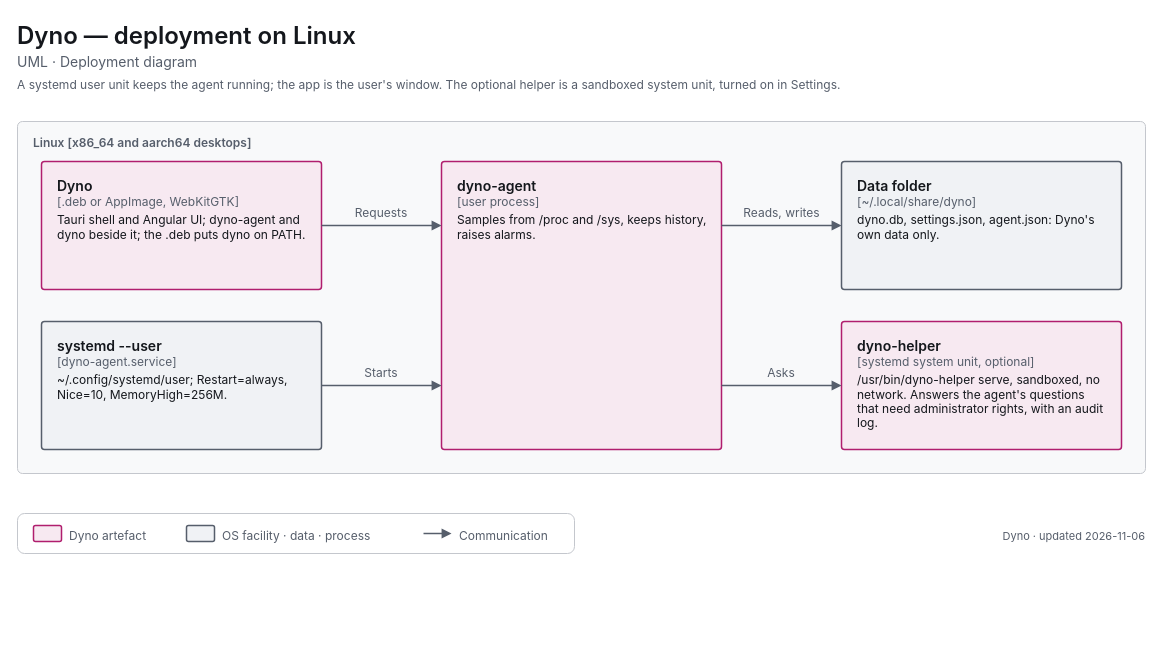
Above: apps/dyno/diagrams/uml-deployment-linux.drawio in decryp7/paddock (draw.io), before the change. Source tidied: cells renumbered, new cells numbered last; positions are measured from the earlier drawing's top-left corner, leaving out a move shared by most shapes. Both pictures are drawn from the tidied source at 100%, with x=0, y=0 at pixel (17, 17).
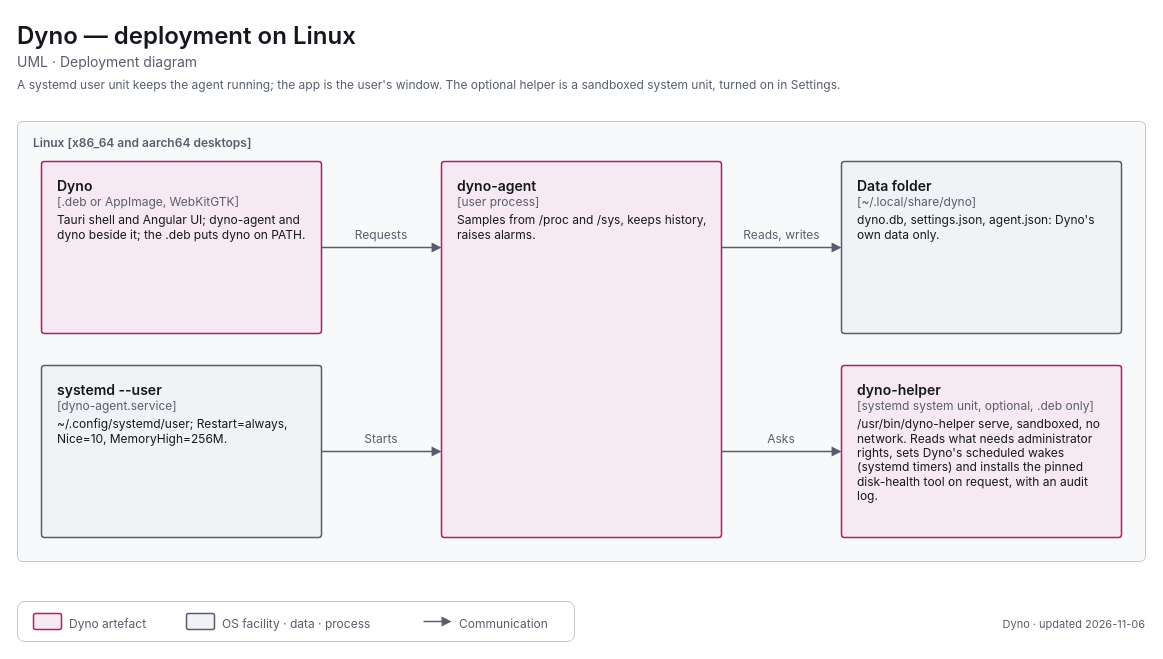
Above is the later version.

What changed in the source:
```diff
@@
     <mxCell id="5" value="&lt;span style=&quot;font-size:12px;font-weight:600&quot;&gt;Linux [x86_64 and aarch64 desktops]&lt;/span&gt;" style="html=1;whiteSpace=wrap;fontFamily=-apple-system,BlinkMacSystemFont,Segoe UI,system-ui,sans-serif;fontSize=12;fontColor=light-dark(#14171C,#ECEEF1);rounded=1;absoluteArcSize=1;arcSize=10;strokeWidth=1;strokeColor=light-dark(#C4C7CD,#353A42);fillColor=light-dark(#F8F9FA,#121418);align=left;verticalAlign=top;spacingLeft=14;spacingTop=8;fontColor=light-dark(#565E6B,#A0A7B2);" parent="1" vertex="1">
-      <mxGeometry y="104" width="1128" height="352" as="geometry" />
+      <mxGeometry y="104" width="1128" height="440" as="geometry" />
     </mxCell>
     <mxCell id="6" value="&lt;span style=&quot;font-size:14px;font-weight:600&quot;&gt;Dyno&lt;/span&gt;&lt;br&gt;&lt;span style=&quot;font-size:12px;color:light-dark(#565E6B,#A0A7B2)&quot;&gt;[.deb or AppImage, WebKitGTK]&lt;/span&gt;&lt;br&gt;&lt;div style=&quot;margin-top:4px;font-size:12px&quot;&gt;Tauri shell and Angular UI; dyno-agent and dyno beside it; the .deb puts dyno on PATH.&lt;/div&gt;" style="html=1;whiteSpace=wrap;fontFamily=-apple-system,BlinkMacSystemFont,Segoe UI,system-ui,sans-serif;fontSize=12;fontColor=light-dark(#14171C,#ECEEF1);rounded=1;absoluteArcSize=1;arcSize=6;strokeWidth=1.5;strokeColor=light-dark(#B01E6E,#F063A8);fillColor=light-dark(#F7E9F1,#382332);align=left;verticalAlign=top;spacingLeft=14;spacingRight=14;spacingTop=10;spacingBottom=8;" parent="1" vertex="1">
-      <mxGeometry x="24" y="144" width="280" height="128" as="geometry" />
+      <mxGeometry x="24" y="144" width="280" height="172" as="geometry" />
     </mxCell>
     <mxCell id="7" value="&lt;span style=&quot;font-size:14px;font-weight:600&quot;&gt;systemd --user&lt;/span&gt;&lt;br&gt;&lt;span style=&quot;font-size:12px;color:light-dark(#565E6B,#A0A7B2)&quot;&gt;[dyno-agent.service]&lt;/span&gt;&lt;br&gt;&lt;div style=&quot;margin-top:4px;font-size:12px&quot;&gt;~/.config/systemd/user; Restart=always, Nice=10, MemoryHigh=256M.&lt;/div&gt;" style="html=1;whiteSpace=wrap;fontFamily=-apple-system,BlinkMacSystemFont,Segoe UI,system-ui,sans-serif;fontSize=12;fontColor=light-dark(#14171C,#ECEEF1);rounded=1;absoluteArcSize=1;arcSize=6;strokeWidth=1.5;strokeColor=light-dark(#565E6B,#A0A7B2);fillColor=light-dark(#F0F2F5,#1B1E23);align=left;verticalAlign=top;spacingLeft=14;spacingRight=14;spacingTop=10;spacingBottom=8;" parent="1" vertex="1">
-      <mxGeometry x="24" y="304" width="280" height="128" as="geometry" />
+      <mxGeometry x="24" y="348" width="280" height="172" as="geometry" />
     </mxCell>
     <mxCell id="8" value="&lt;span style=&quot;font-size:14px;font-weight:600&quot;&gt;dyno-agent&lt;/span&gt;&lt;br&gt;&lt;span style=&quot;font-size:12px;color:light-dark(#565E6B,#A0A7B2)&quot;&gt;[user process]&lt;/span&gt;&lt;br&gt;&lt;div style=&quot;margin-top:4px;font-size:12px&quot;&gt;Samples from /proc and /sys, keeps history, raises alarms.&lt;/div&gt;" style="html=1;whiteSpace=wrap;fontFamily=-apple-system,BlinkMacSystemFont,Segoe UI,system-ui,sans-serif;fontSize=12;fontColor=light-dark(#14171C,#ECEEF1);rounded=1;absoluteArcSize=1;arcSize=6;strokeWidth=1.5;strokeColor=light-dark(#B01E6E,#F063A8);fillColor=light-dark(#F7E9F1,#382332);align=left;verticalAlign=top;spacingLeft=14;spacingRight=14;spacingTop=10;spacingBottom=8;" parent="1" vertex="1">
-      <mxGeometry x="424" y="144" width="280" height="288" as="geometry" />
+      <mxGeometry x="424" y="144" width="280" height="376" as="geometry" />
     </mxCell>
     <mxCell id="9" value="&lt;span style=&quot;font-size:14px;font-weight:600&quot;&gt;Data folder&lt;/span&gt;&lt;br&gt;&lt;span style=&quot;font-size:12px;color:light-dark(#565E6B,#A0A7B2)&quot;&gt;[~/.local/share/dyno]&lt;/span&gt;&lt;br&gt;&lt;div style=&quot;margin-top:4px;font-size:12px&quot;&gt;dyno.db, settings.json, agent.json: Dyno's own data only.&lt;/div&gt;" style="html=1;whiteSpace=wrap;fontFamily=-apple-system,BlinkMacSystemFont,Segoe UI,system-ui,sans-serif;fontSize=12;fontColor=light-dark(#14171C,#ECEEF1);rounded=1;absoluteArcSize=1;arcSize=6;strokeWidth=1.5;strokeColor=light-dark(#565E6B,#A0A7B2);fillColor=light-dark(#F0F2F5,#1B1E23);align=left;verticalAlign=top;spacingLeft=14;spacingRight=14;spacingTop=10;spacingBottom=8;" parent="1" vertex="1">
-      <mxGeometry x="824" y="144" width="280" height="128" as="geometry" />
+      <mxGeometry x="824" y="144" width="280" height="172" as="geometry" />
     </mxCell>
-    <mxCell id="10" value="&lt;span style=&quot;font-size:14px;font-weight:600&quot;&gt;dyno-helper&lt;/span&gt;&lt;br&gt;&lt;span style=&quot;font-size:12px;color:light-dark(#565E6B,#A0A7B2)&quot;&gt;[systemd system unit, optional]&lt;/span&gt;&lt;br&gt;&lt;div style=&quot;margin-top:4px;font-size:12px&quot;&gt;/usr/bin/dyno-helper serve, sandboxed, no network. Answers the agent's questions that need administrator rights, with an audit log.&lt;/div&gt;" style="html=1;whiteSpace=wrap;fontFamily=-apple-system,BlinkMacSystemFont,Segoe UI,system-ui,sans-serif;fontSize=12;fontColor=light-dark(#14171C,#ECEEF1);rounded=1;absoluteArcSize=1;arcSize=6;strokeWidth=1.5;strokeColor=light-dark(#B01E6E,#F063A8);fillColor=light-dark(#F7E9F1,#382332);align=left;verticalAlign=top;spacingLeft=14;spacingRight=14;spacingTop=10;spacingBottom=8;" parent="1" vertex="1">
-      <mxGeometry x="824" y="304" width="280" height="128" as="geometry" />
+    <mxCell id="10" value="&lt;span style=&quot;font-size:14px;font-weight:600&quot;&gt;dyno-helper&lt;/span&gt;&lt;br&gt;&lt;span style=&quot;font-size:12px;color:light-dark(#565E6B,#A0A7B2)&quot;&gt;[systemd system unit, optional, .deb only]&lt;/span&gt;&lt;br&gt;&lt;div style=&quot;margin-top:4px;font-size:12px&quot;&gt;/usr/bin/dyno-helper serve, sandboxed, no network. Reads what needs administrator rights, sets Dyno's scheduled wakes (systemd timers) and installs the pinned disk-health tool on request, with an audit log.&lt;/div&gt;" style="html=1;whiteSpace=wrap;fontFamily=-apple-system,BlinkMacSystemFont,Segoe UI,system-ui,sans-serif;fontSize=12;fontColor=light-dark(#14171C,#ECEEF1);rounded=1;absoluteArcSize=1;arcSize=6;strokeWidth=1.5;strokeColor=light-dark(#B01E6E,#F063A8);fillColor=light-dark(#F7E9F1,#382332);align=left;verticalAlign=top;spacingLeft=14;spacingRight=14;spacingTop=10;spacingBottom=8;" parent="1" vertex="1">
+      <mxGeometry x="824" y="348" width="280" height="172" as="geometry" />
     </mxCell>
-    <mxCell id="11" style="edgeStyle=orthogonalEdgeStyle;rounded=1;arcSize=8;jettySize=auto;html=1;strokeWidth=1.5;strokeColor=light-dark(#565E6B,#A0A7B2);endArrow=block;endFill=1;endSize=6;startArrow=none;startFill=0;startSize=8;exitX=1.0000;exitY=0.5000;exitDx=0;exitDy=0;exitPerimeter=0;entryX=0.0000;entryY=0.2222;entryDx=0;entryDy=0;entryPerimeter=0;" parent="1" edge="1" source="6" target="8">
+    <mxCell id="11" style="edgeStyle=orthogonalEdgeStyle;rounded=1;arcSize=8;jettySize=auto;html=1;strokeWidth=1.5;strokeColor=light-dark(#565E6B,#A0A7B2);endArrow=block;endFill=1;endSize=6;startArrow=none;startFill=0;startSize=8;exitX=1.0000;exitY=0.5000;exitDx=0;exitDy=0;exitPerimeter=0;entryX=0.0000;entryY=0.2287;entryDx=0;entryDy=0;entryPerimeter=0;" parent="1" edge="1" source="6" target="8">
       <mxGeometry relative="1" as="geometry" />
     </mxCell>
     <mxCell id="12" value="&lt;span style=&quot;font-size:12px;font-weight:400&quot;&gt;Requests&lt;/span&gt;" style="html=1;whiteSpace=wrap;fontFamily=-apple-system,BlinkMacSystemFont,Segoe UI,system-ui,sans-serif;fontSize=12;fontColor=light-dark(#14171C,#ECEEF1);text;strokeColor=none;fillColor=none;align=center;verticalAlign=top;spacing=0;fontColor=light-dark(#565E6B,#A0A7B2);" parent="1" vertex="1">
-      <mxGeometry x="331" y="184" width="66" height="18" as="geometry" />
+      <mxGeometry x="331" y="206" width="66" height="18" as="geometry" />
     </mxCell>
-    <mxCell id="13" style="edgeStyle=orthogonalEdgeStyle;rounded=1;arcSize=8;jettySize=auto;html=1;strokeWidth=1.5;strokeColor=light-dark(#565E6B,#A0A7B2);endArrow=block;endFill=1;endSize=6;startArrow=none;startFill=0;startSize=8;exitX=1.0000;exitY=0.5000;exitDx=0;exitDy=0;exitPerimeter=0;entryX=0.0000;entryY=0.7778;entryDx=0;entryDy=0;entryPerimeter=0;" parent="1" edge="1" source="7" target="8">
+    <mxCell id="13" style="edgeStyle=orthogonalEdgeStyle;rounded=1;arcSize=8;jettySize=auto;html=1;strokeWidth=1.5;strokeColor=light-dark(#565E6B,#A0A7B2);endArrow=block;endFill=1;endSize=6;startArrow=none;startFill=0;startSize=8;exitX=1.0000;exitY=0.5000;exitDx=0;exitDy=0;exitPerimeter=0;entryX=0.0000;entryY=0.7713;entryDx=0;entryDy=0;entryPerimeter=0;" parent="1" edge="1" source="7" target="8">
       <mxGeometry relative="1" as="geometry" />
     </mxCell>
     <mxCell id="14" value="&lt;span style=&quot;font-size:12px;font-weight:400&quot;&gt;Starts&lt;/span&gt;" style="html=1;whiteSpace=wrap;fontFamily=-apple-system,BlinkMacSystemFont,Segoe UI,system-ui,sans-serif;fontSize=12;fontColor=light-dark(#14171C,#ECEEF1);text;strokeColor=none;fillColor=none;align=center;verticalAlign=top;spacing=0;fontColor=light-dark(#565E6B,#A0A7B2);" parent="1" vertex="1">
-      <mxGeometry x="338" y="344" width="52" height="18" as="geometry" />
+      <mxGeometry x="338" y="410" width="52" height="18" as="geometry" />
     </mxCell>
-    <mxCell id="15" style="edgeStyle=orthogonalEdgeStyle;rounded=1;arcSize=8;jettySize=auto;html=1;strokeWidth=1.5;strokeColor=light-dark(#565E6B,#A0A7B2);endArrow=block;endFill=1;endSize=6;startArrow=none;startFill=0;startSize=8;exitX=1.0000;exitY=0.2222;exitDx=0;exitDy=0;exitPerimeter=0;entryX=0.0000;entryY=0.5000;entryDx=0;entryDy=0;entryPerimeter=0;" parent="1" edge="1" source="8" target="9">
+    <mxCell id="15" style="edgeStyle=orthogonalEdgeStyle;rounded=1;arcSize=8;jettySize=auto;html=1;strokeWidth=1.5;strokeColor=light-dark(#565E6B,#A0A7B2);endArrow=block;endFill=1;endSize=6;startArrow=none;startFill=0;startSize=8;exitX=1.0000;exitY=0.2287;exitDx=0;exitDy=0;exitPerimeter=0;entryX=0.0000;entryY=0.5000;entryDx=0;entryDy=0;entryPerimeter=0;" parent="1" edge="1" source="8" target="9">
       <mxGeometry relative="1" as="geometry" />
     </mxCell>
     <mxCell id="16" value="&lt;span style=&quot;font-size:12px;font-weight:400&quot;&gt;Reads, writes&lt;/span&gt;" style="html=1;whiteSpace=wrap;fontFamily=-apple-system,BlinkMacSystemFont,Segoe UI,system-ui,sans-serif;fontSize=12;fontColor=light-dark(#14171C,#ECEEF1);text;strokeColor=none;fillColor=none;align=center;verticalAlign=top;spacing=0;fontColor=light-dark(#565E6B,#A0A7B2);" parent="1" vertex="1">
-      <mxGeometry x="717" y="184" width="95" height="18" as="geometry" />
+      <mxGeometry x="717" y="206" width="95" height="18" as="geometry" />
     </mxCell>
-    <mxCell id="17" style="edgeStyle=orthogonalEdgeStyle;rounded=1;arcSize=8;jettySize=auto;html=1;strokeWidth=1.5;strokeColor=light-dark(#565E6B,#A0A7B2);endArrow=block;endFill=1;endSize=6;startArrow=none;startFill=0;startSize=8;exitX=1.0000;exitY=0.7778;exitDx=0;exitDy=0;exitPerimeter=0;entryX=0.0000;entryY=0.5000;entryDx=0;entryDy=0;entryPerimeter=0;" parent="1" edge="1" source="8" target="10">
+    <mxCell id="17" style="edgeStyle=orthogonalEdgeStyle;rounded=1;arcSize=8;jettySize=auto;html=1;strokeWidth=1.5;strokeColor=light-dark(#565E6B,#A0A7B2);endArrow=block;endFill=1;endSize=6;startArrow=none;startFill=0;startSize=8;exitX=1.0000;exitY=0.7713;exitDx=0;exitDy=0;exitPerimeter=0;entryX=0.0000;entryY=0.5000;entryDx=0;entryDy=0;entryPerimeter=0;" parent="1" edge="1" source="8" target="10">
       <mxGeometry relative="1" as="geometry" />
     </mxCell>
     <mxCell id="18" value="&lt;span style=&quot;font-size:12px;font-weight:400&quot;&gt;Asks&lt;/span&gt;" style="html=1;whiteSpace=wrap;fontFamily=-apple-system,BlinkMacSystemFont,Segoe UI,system-ui,sans-serif;fontSize=12;fontColor=light-dark(#14171C,#ECEEF1);text;strokeColor=none;fillColor=none;align=center;verticalAlign=top;spacing=0;fontColor=light-dark(#565E6B,#A0A7B2);" parent="1" vertex="1">
-      <mxGeometry x="745" y="344" width="38" height="18" as="geometry" />
+      <mxGeometry x="745" y="410" width="38" height="18" as="geometry" />
     </mxCell>
     <mxCell id="19" style="rounded=1;absoluteArcSize=1;arcSize=14;strokeWidth=1;strokeColor=light-dark(#C4C7CD,#353A42);fillColor=none;" parent="1" vertex="1">
-      <mxGeometry y="496" width="557" height="40" as="geometry" />
+      <mxGeometry y="584" width="557" height="40" as="geometry" />
     </mxCell>
     <mxCell id="20" style="rounded=1;absoluteArcSize=1;arcSize=4;strokeWidth=1.5;strokeColor=light-dark(#B01E6E,#F063A8);fillColor=light-dark(#F7E9F1,#382332);" parent="1" vertex="1">
-      <mxGeometry x="16" y="508" width="28" height="16" as="geometry" />
+      <mxGeometry x="16" y="596" width="28" height="16" as="geometry" />
     </mxCell>
     <mxCell id="21" value="&lt;span style=&quot;font-size:12px;font-weight:400&quot;&gt;Dyno artefact&lt;/span&gt;" style="html=1;whiteSpace=wrap;fontFamily=-apple-system,BlinkMacSystemFont,Segoe UI,system-ui,sans-serif;fontSize=12;fontColor=light-dark(#14171C,#ECEEF1);text;strokeColor=none;fillColor=none;align=left;verticalAlign=top;spacing=0;fontColor=light-dark(#565E6B,#A0A7B2);" parent="1" vertex="1">
-      <mxGeometry x="52" y="507" width="93" height="18" as="geometry" />
+      <mxGeometry x="52" y="595" width="93" height="18" as="geometry" />
     </mxCell>
     <mxCell id="22" style="rounded=1;absoluteArcSize=1;arcSize=4;strokeWidth=1.5;strokeColor=light-dark(#565E6B,#A0A7B2);fillColor=light-dark(#F0F2F5,#1B1E23);" parent="1" vertex="1">
-      <mxGeometry x="169" y="508" width="28" height="16" as="geometry" />
+      <mxGeometry x="169" y="596" width="28" height="16" as="geometry" />
     </mxCell>
     <mxCell id="23" value="&lt;span style=&quot;font-size:12px;font-weight:400&quot;&gt;OS facility · data · process&lt;/span&gt;" style="html=1;whiteSpace=wrap;fontFamily=-apple-system,BlinkMacSystemFont,Segoe UI,system-ui,sans-serif;fontSize=12;fontColor=light-dark(#14171C,#ECEEF1);text;strokeColor=none;fillColor=none;align=left;verticalAlign=top;spacing=0;fontColor=light-dark(#565E6B,#A0A7B2);" parent="1" vertex="1">
-      <mxGeometry x="205" y="507" width="177" height="18" as="geometry" />
+      <mxGeometry x="205" y="595" width="177" height="18" as="geometry" />
     </mxCell>
     <mxCell id="24" style="edgeStyle=none;rounded=1;html=1;strokeWidth=1.5;strokeColor=light-dark(#565E6B,#A0A7B2);endArrow=block;endFill=1;endSize=6;" parent="1" edge="1">
       <mxGeometry relative="1" as="geometry">
-        <mxPoint x="406" y="516" as="sourcePoint" />
-        <mxPoint x="434" y="516" as="targetPoint" />
+        <mxPoint x="406" y="604" as="sourcePoint" />
+        <mxPoint x="434" y="604" as="targetPoint" />
       </mxGeometry>
     </mxCell>
     <mxCell id="25" value="&lt;span style=&quot;font-size:12px;font-weight:400&quot;&gt;Communication&lt;/span&gt;" style="html=1;whiteSpace=wrap;fontFamily=-apple-system,BlinkMacSystemFont,Segoe UI,system-ui,sans-serif;fontSize=12;fontColor=light-dark(#14171C,#ECEEF1);text;strokeColor=none;fillColor=none;align=left;verticalAlign=top;spacing=0;fontColor=light-dark(#565E6B,#A0A7B2);" parent="1" vertex="1">
-      <mxGeometry x="442" y="507" width="99" height="18" as="geometry" />
+      <mxGeometry x="442" y="595" width="99" height="18" as="geometry" />
     </mxCell>
     <mxCell id="26" value="&lt;span style=&quot;font-size:11px;font-weight:400&quot;&gt;Dyno · updated 2026-11-06&lt;/span&gt;" style="html=1;whiteSpace=wrap;fontFamily=-apple-system,BlinkMacSystemFont,Segoe UI,system-ui,sans-serif;fontSize=12;fontColor=light-dark(#14171C,#ECEEF1);text;strokeColor=none;fillColor=none;align=right;verticalAlign=top;spacing=0;fontColor=light-dark(#565E6B,#A0A7B2);" parent="1" vertex="1">
-      <mxGeometry x="768" y="507" width="360" height="18" as="geometry" />
+      <mxGeometry x="768" y="595" width="360" height="18" as="geometry" />
     </mxCell>
```
